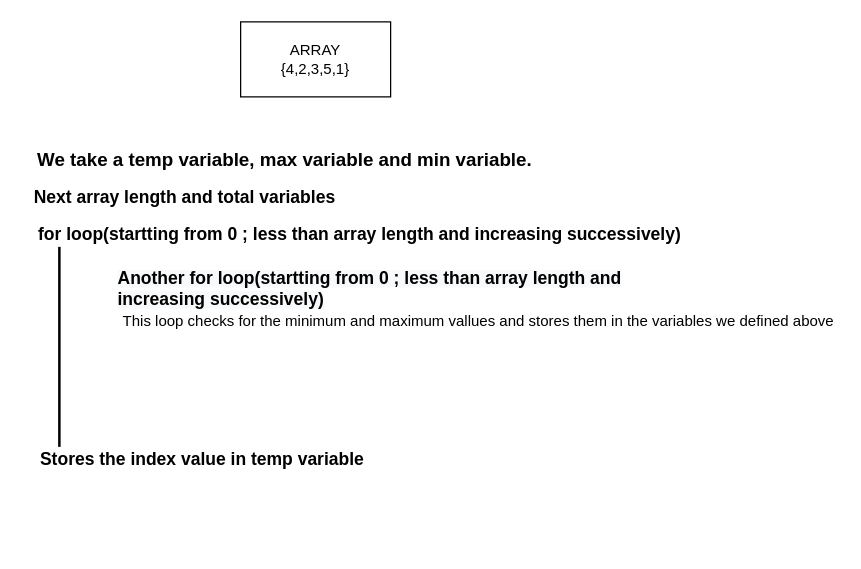
The draw.io diagram Untitled Diagram.drawio in tejvirdhami/C-, before the edit. Source tidied: cells renumbered, new cells numbered last; positions are measured from the earlier drawing's top-left corner, leaving out a move shared by most shapes. Both pictures are drawn from the tidied source at 125%, with x=0, y=0 at pixel (21, 21).
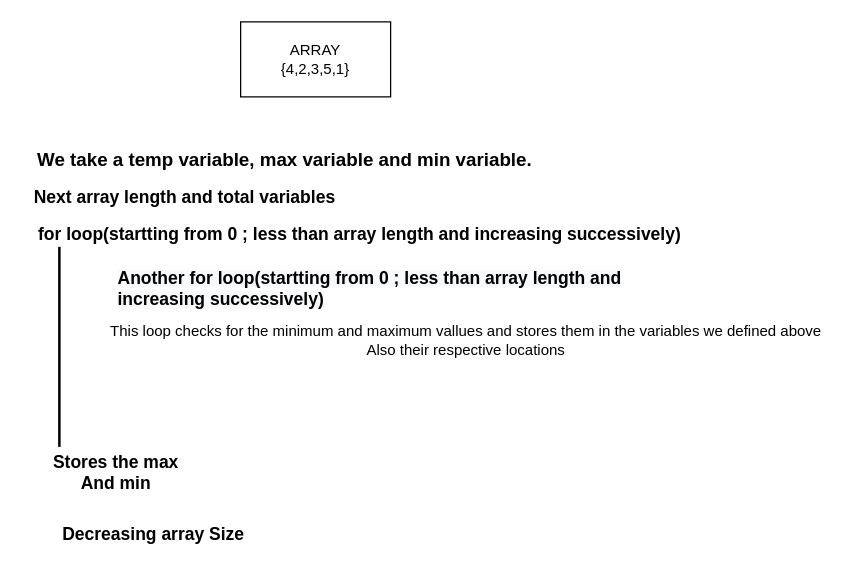
After the change.

What changed in the source:
```diff
@@
 <mxGraphModel>
   <root>
     <mxCell id="0" />
     <mxCell id="1" parent="0" />
     <mxCell id="2" value="ARRAY&lt;br&gt;{4,2,3,5,1}" style="rounded=0;whiteSpace=wrap;html=1;" parent="1" vertex="1">
       <mxGeometry x="175" width="120" height="60" as="geometry" />
     </mxCell>
     <mxCell id="3" value="&lt;b&gt;&lt;font style=&quot;font-size: 15px&quot;&gt;We take a temp variable, max variable and min variable.&lt;/font&gt;&lt;/b&gt;" style="text;html=1;align=center;verticalAlign=middle;" parent="1" vertex="1">
       <mxGeometry x="5" y="100" width="410" height="20" as="geometry" />
     </mxCell>
     <mxCell id="4" value="&lt;font style=&quot;font-size: 14px&quot;&gt;&lt;b&gt;Next array length and total variables&lt;/b&gt;&lt;/font&gt;" style="text;html=1;align=center;verticalAlign=middle;" parent="1" vertex="1">
       <mxGeometry y="130" width="260" height="20" as="geometry" />
     </mxCell>
     <mxCell id="5" value="&lt;font size=&quot;1&quot;&gt;&lt;b style=&quot;font-size: 14px&quot;&gt;for loop(startting from 0 ; less than array length and increasing successively)&lt;/b&gt;&lt;/font&gt;" style="text;html=1;align=center;verticalAlign=middle;" parent="1" vertex="1">
       <mxGeometry x="5" y="160" width="530" height="20" as="geometry" />
     </mxCell>
-    <mxCell id="6" value="This loop checks for the minimum and maximum vallues and stores them in the variables we defined above" style="text;html=1;align=center;verticalAlign=middle;" parent="1" vertex="1">
-      <mxGeometry x="75" y="230" width="580" height="20" as="geometry" />
+    <mxCell id="6" value="This loop checks for the minimum and maximum vallues and stores them in the variables we defined above&lt;br&gt;Also their respective locations" style="text;html=1;align=center;verticalAlign=middle;" parent="1" vertex="1">
+      <mxGeometry x="65" y="240" width="580" height="30" as="geometry" />
     </mxCell>
     <mxCell id="7" value="&lt;span style=&quot;color: rgb(0 , 0 , 0) ; font-family: &amp;#34;helvetica&amp;#34; ; font-style: normal ; letter-spacing: normal ; text-align: center ; text-indent: 0px ; text-transform: none ; word-spacing: 0px ; background-color: rgb(248 , 249 , 250) ; display: inline ; float: none&quot;&gt;&lt;font size=&quot;1&quot;&gt;&lt;b style=&quot;font-size: 14px&quot;&gt;Another for loop(startting from 0 ; less than array length and increasing successively)&lt;/b&gt;&lt;/font&gt;&lt;/span&gt;" style="text;whiteSpace=wrap;html=1;" parent="1" vertex="1">
       <mxGeometry x="75" y="190" width="430" height="30" as="geometry" />
     </mxCell>
     <mxCell id="8" style="shape=flexArrow;endArrow=classic;html=1;" parent="1" edge="1" target="7">
       <mxGeometry relative="1" as="geometry">
         <mxPoint x="225" y="220" as="sourcePoint" />
       </mxGeometry>
     </mxCell>
     <mxCell id="9" style="line;strokeWidth=2;direction=south;html=1;" parent="1" vertex="1">
       <mxGeometry x="25" y="180" width="10" height="160" as="geometry" />
     </mxCell>
-    <mxCell id="10" value="&lt;font style=&quot;font-size: 14px&quot;&gt;&lt;b&gt;Stores the index value in temp variable&lt;/b&gt;&lt;/font&gt;" style="text;html=1;align=center;verticalAlign=middle;" parent="1" vertex="1">
-      <mxGeometry x="9" y="340" width="270" height="20" as="geometry" />
+    <mxCell id="10" value="&lt;font style=&quot;font-size: 14px&quot;&gt;&lt;b&gt;Stores the max&lt;br&gt;And min&lt;br&gt;&lt;/b&gt;&lt;/font&gt;" style="text;html=1;align=center;verticalAlign=middle;" parent="1" vertex="1">
+      <mxGeometry x="15" y="340" width="120" height="40" as="geometry" />
     </mxCell>
+    <mxCell id="11" value="&lt;b&gt;&lt;font style=&quot;font-size: 14px&quot;&gt;Decreasing array Size&lt;/font&gt;&lt;/b&gt;" style="text;html=1;align=center;verticalAlign=middle;" parent="1" vertex="1">
+      <mxGeometry x="25" y="400" width="160" height="20" as="geometry" />
+    </mxCell>
   </root>
 </mxGraphModel>
```
